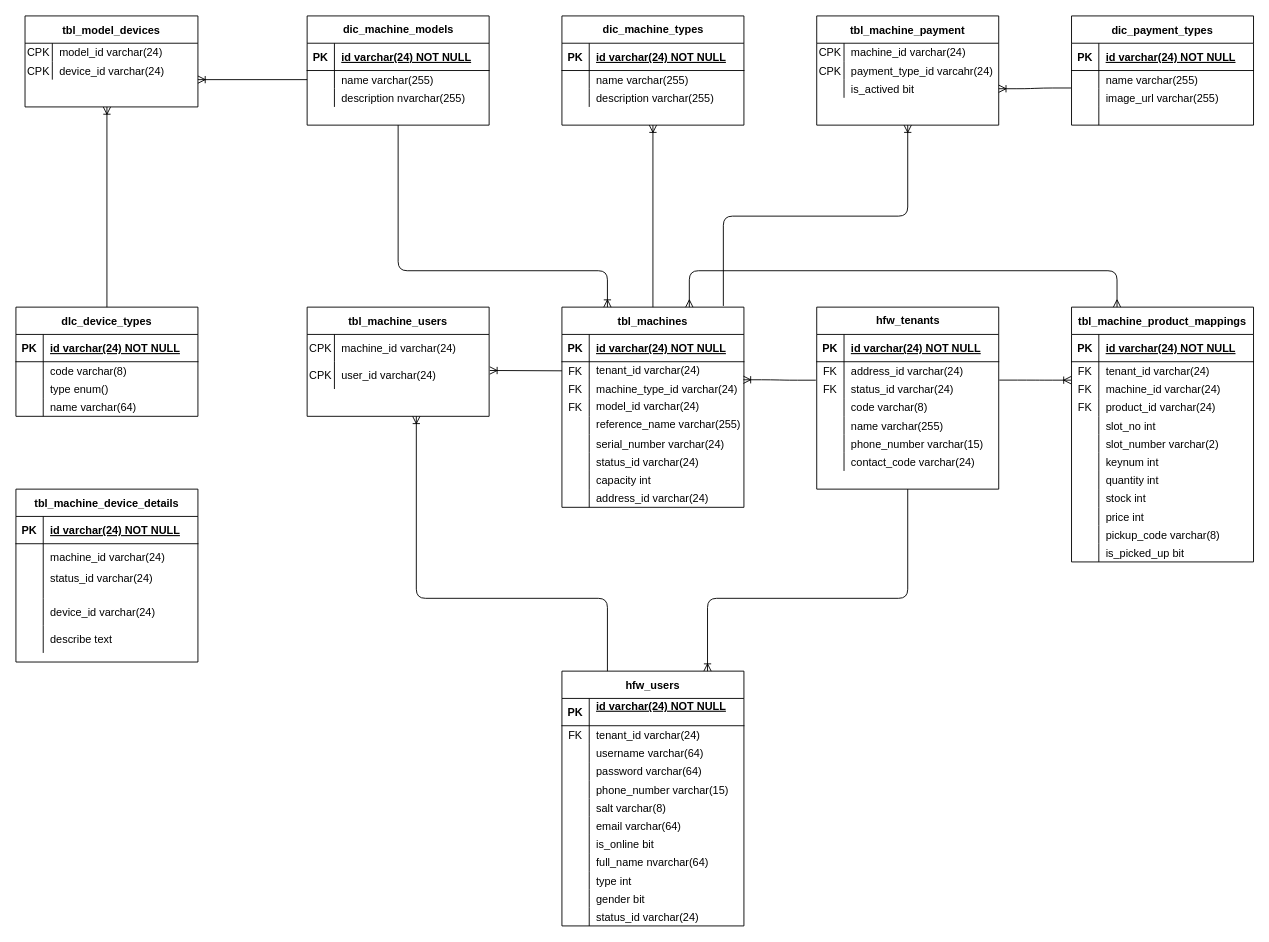
The draw.io diagram page "Machine" (3 of 6) of Untitled Diagram.drawio in wardus3105/alphatest, before the edit. Source tidied: cells renumbered, new cells numbered last; positions are measured from the earlier drawing's top-left corner, leaving out a move shared by most shapes. Both pictures are drawn from the tidied source at 91%, with x=0, y=0 at pixel (15, 15).
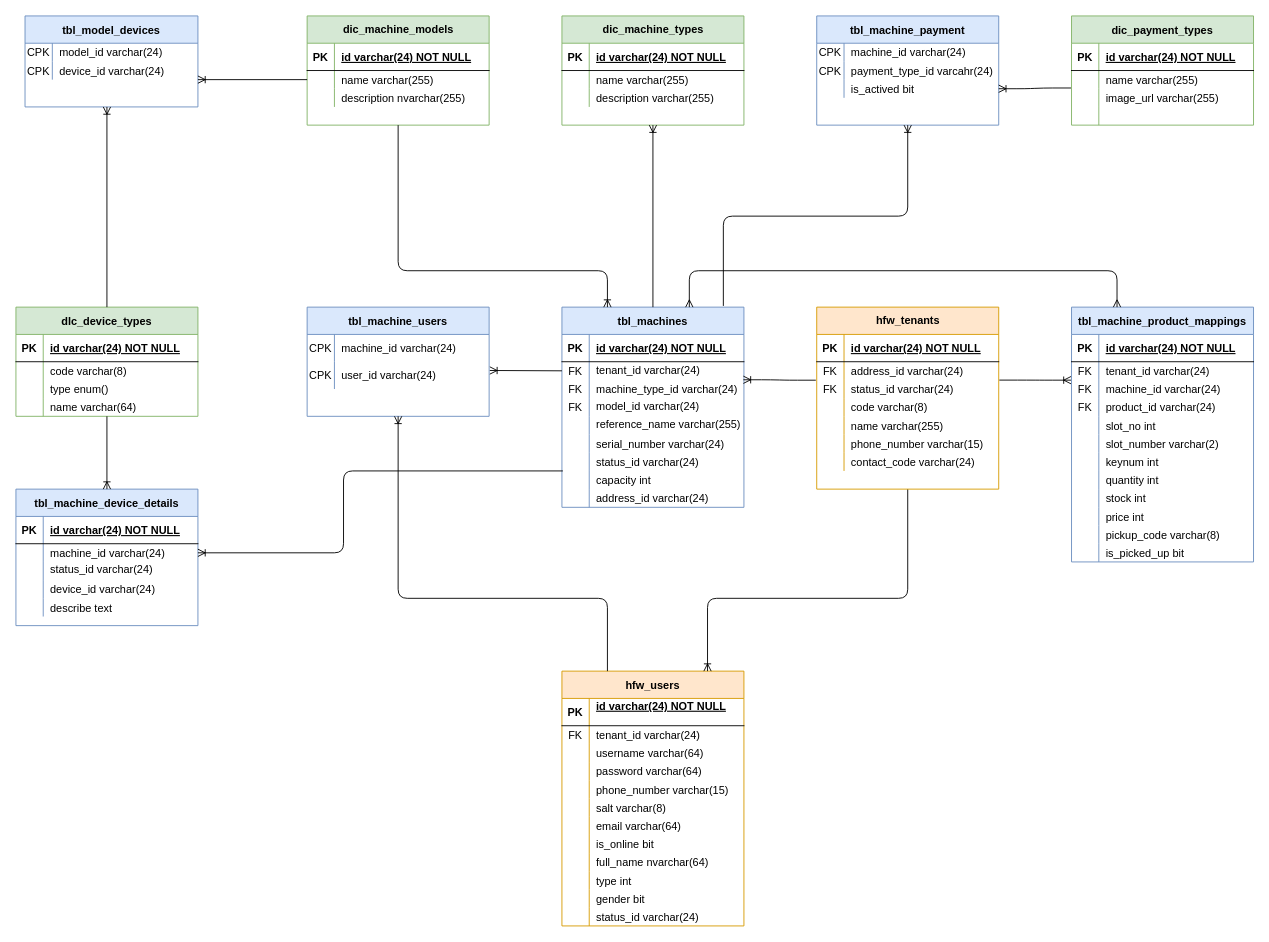
The same page after the edit.

The change refers to these unchanged cells:
```xml
<mxCell id="171" style="shape=partialRectangle;fillColor=none;top=0;left=0;bottom=0;right=0;points=[[0,0.5],[1,0.5]];portConstraint=eastwest;" parent="161" vertex="1">
  <mxGeometry y="100" width="200" height="20" as="geometry" />
</mxCell>
```

Change to the diagram source:
```diff
@@
-    <mxCell id="2" value="tbl_machines" style="shape=table;startSize=30;childLayout=tableLayout;rowLines=0;fontStyle=1;align=center;" parent="1" vertex="1">
+    <mxCell id="2" value="tbl_machines" style="shape=table;startSize=30;childLayout=tableLayout;rowLines=0;fontStyle=1;align=center;fillColor=#dae8fc;strokeColor=#6c8ebf;" parent="1" vertex="1">
       <mxGeometry x="600" y="320" width="200" height="220" as="geometry" />
     </mxCell>
@@
-    <mxCell id="30" value="dic_machine_models" style="shape=table;startSize=30;childLayout=tableLayout;rowLines=0;fontStyle=1;align=center;html=1;" parent="1" vertex="1">
+    <mxCell id="30" value="dic_machine_models" style="shape=table;startSize=30;childLayout=tableLayout;rowLines=0;fontStyle=1;align=center;html=1;fillColor=#d5e8d4;strokeColor=#82b366;" parent="1" vertex="1">
       <mxGeometry x="320" width="200" height="120" as="geometry" />
     </mxCell>
@@
-    <mxCell id="40" value="dic_machine_types" style="shape=table;startSize=30;childLayout=tableLayout;rowLines=0;fontStyle=1;align=center;html=1;" parent="1" vertex="1">
+    <mxCell id="40" value="dic_machine_types" style="shape=table;startSize=30;childLayout=tableLayout;rowLines=0;fontStyle=1;align=center;html=1;fillColor=#d5e8d4;strokeColor=#82b366;" parent="1" vertex="1">
       <mxGeometry x="600" width="200" height="120" as="geometry" />
     </mxCell>
@@
-    <mxCell id="53" value="tbl_machine_product_mappings" style="shape=table;startSize=30;childLayout=tableLayout;rowLines=0;fontStyle=1;align=center;fillColor=none;" parent="1" vertex="1">
+    <mxCell id="53" value="tbl_machine_product_mappings" style="shape=table;startSize=30;childLayout=tableLayout;rowLines=0;fontStyle=1;align=center;fillColor=#dae8fc;strokeColor=#6c8ebf;" parent="1" vertex="1">
       <mxGeometry x="1160" y="320" width="200" height="280" as="geometry" />
     </mxCell>
@@
-    <mxCell id="92" value="hfw_users" style="shape=table;startSize=30;childLayout=tableLayout;rowLines=0;fontStyle=1;align=center;fillColor=none;" parent="1" vertex="1">
+    <mxCell id="92" value="hfw_users" style="shape=table;startSize=30;childLayout=tableLayout;rowLines=0;fontStyle=1;align=center;fillColor=#ffe6cc;strokeColor=#d79b00;" parent="1" vertex="1">
       <mxGeometry x="600" y="720" width="200" height="280" as="geometry" />
     </mxCell>
@@
-    <mxCell id="130" value="tbl_machine_users" style="shape=table;startSize=30;childLayout=tableLayout;rowLines=0;fontStyle=1;align=center;" parent="1" vertex="1">
+    <mxCell id="130" value="tbl_machine_users" style="shape=table;startSize=30;childLayout=tableLayout;rowLines=0;fontStyle=1;align=center;fillColor=#dae8fc;strokeColor=#6c8ebf;" parent="1" vertex="1">
       <mxGeometry x="320" y="320" width="200" height="120" as="geometry" />
     </mxCell>
@@
-    <mxCell id="137" style="edgeStyle=orthogonalEdgeStyle;fontSize=12;html=1;endArrow=ERoneToMany;exitX=0.25;exitY=0;exitDx=0;exitDy=0;" parent="1" edge="1" source="92">
+    <mxCell id="137" style="edgeStyle=orthogonalEdgeStyle;fontSize=12;html=1;endArrow=ERoneToMany;exitX=0.25;exitY=0;exitDx=0;exitDy=0;entryX=0.5;entryY=1;entryDx=0;entryDy=0;" parent="1" edge="1" source="92" target="130">
       <mxGeometry relative="1" as="geometry">
-        <mxPoint x="440" y="440" as="targetPoint" />
         <Array as="points">
           <mxPoint x="650" y="640" />
-          <mxPoint x="440" y="640" />
+          <mxPoint x="420" y="640" />
         </Array>
       </mxGeometry>
     </mxCell>
@@
-    <mxCell id="139" value="hfw_tenants" style="shape=table;startSize=30;childLayout=tableLayout;rowLines=0;fontStyle=1;align=center;html=1;" parent="1" vertex="1">
+    <mxCell id="139" value="hfw_tenants" style="shape=table;startSize=30;childLayout=tableLayout;rowLines=0;fontStyle=1;align=center;html=1;fillColor=#ffe6cc;strokeColor=#d79b00;" parent="1" vertex="1">
       <mxGeometry x="880" y="320" width="200" height="200" as="geometry" />
     </mxCell>
@@
-    <mxCell id="161" value="dlc_device_types" style="shape=table;startSize=30;childLayout=tableLayout;rowLines=0;fontStyle=1;align=center;" parent="1" vertex="1">
+    <mxCell id="161" value="dlc_device_types" style="shape=table;startSize=30;childLayout=tableLayout;rowLines=0;fontStyle=1;align=center;fillColor=#d5e8d4;strokeColor=#82b366;" parent="1" vertex="1">
       <mxGeometry y="320" width="200" height="120" as="geometry" />
     </mxCell>
@@
-    <mxCell id="174" value="tbl_model_devices" style="shape=table;startSize=30;childLayout=tableLayout;rowLines=0;fontStyle=1;align=center;" parent="1" vertex="1">
+    <mxCell id="174" value="tbl_model_devices" style="shape=table;startSize=30;childLayout=tableLayout;rowLines=0;fontStyle=1;align=center;fillColor=#dae8fc;strokeColor=#6c8ebf;" parent="1" vertex="1">
       <mxGeometry x="10" width="190" height="100" as="geometry" />
     </mxCell>
@@
-    <mxCell id="181" value="dic_payment_types" style="shape=table;startSize=30;childLayout=tableLayout;rowLines=0;fontStyle=1;align=center;" parent="1" vertex="1">
+    <mxCell id="181" value="dic_payment_types" style="shape=table;startSize=30;childLayout=tableLayout;rowLines=0;fontStyle=1;align=center;fillColor=#d5e8d4;strokeColor=#82b366;" parent="1" vertex="1">
       <mxGeometry x="1160" width="200" height="120" as="geometry" />
     </mxCell>
@@
-    <mxCell id="196" value="tbl_machine_payment" style="shape=table;startSize=30;childLayout=tableLayout;rowLines=0;fontStyle=1;align=center;" parent="1" vertex="1">
+    <mxCell id="196" value="tbl_machine_payment" style="shape=table;startSize=30;childLayout=tableLayout;rowLines=0;fontStyle=1;align=center;fillColor=#dae8fc;strokeColor=#6c8ebf;" parent="1" vertex="1">
       <mxGeometry x="880" width="200" height="120" as="geometry" />
     </mxCell>
@@
-    <mxCell id="208" value="tbl_machine_device_details" style="shape=table;startSize=30;childLayout=tableLayout;rowLines=0;fontStyle=1;align=center;" parent="1" vertex="1">
-      <mxGeometry y="520" width="200" height="190" as="geometry" />
+    <mxCell id="208" value="tbl_machine_device_details" style="shape=table;startSize=30;childLayout=tableLayout;rowLines=0;fontStyle=1;align=center;fillColor=#dae8fc;strokeColor=#6c8ebf;" parent="1" vertex="1">
+      <mxGeometry y="520" width="200" height="150" as="geometry" />
     </mxCell>
@@
     <mxCell id="212" style="shape=partialRectangle;fillColor=none;top=0;left=0;bottom=0;right=0;points=[[0,0.5],[1,0.5]];portConstraint=eastwest;" parent="208" vertex="1">
-      <mxGeometry y="60" width="200" height="30" as="geometry" />
+      <mxGeometry y="60" width="200" height="20" as="geometry" />
     </mxCell>
     <mxCell id="213" style="shape=partialRectangle;fillColor=none;top=0;left=0;bottom=0;right=0;overflow=hidden;" parent="212" vertex="1">
-      <mxGeometry width="30" height="30" as="geometry" />
+      <mxGeometry width="30" height="20" as="geometry" />
     </mxCell>
     <mxCell id="214" value="machine_id varchar(24)" style="shape=partialRectangle;fillColor=none;top=0;left=0;bottom=0;right=0;align=left;spacingLeft=6;overflow=hidden;" parent="212" vertex="1">
-      <mxGeometry x="30" width="170" height="30" as="geometry" />
+      <mxGeometry x="30" width="170" height="20" as="geometry" />
     </mxCell>
     <mxCell id="215" style="shape=partialRectangle;fillColor=none;top=0;left=0;bottom=0;right=0;" parent="208" vertex="1">
-      <mxGeometry y="90" width="200" height="30" as="geometry" />
+      <mxGeometry y="80" width="200" height="20" as="geometry" />
     </mxCell>
     <mxCell id="216" style="shape=partialRectangle;fillColor=none;top=0;left=0;bottom=0;right=0;overflow=hidden;" parent="215" vertex="1">
-      <mxGeometry width="30" height="30" as="geometry" />
+      <mxGeometry width="30" height="20" as="geometry" />
     </mxCell>
     <mxCell id="217" value="status_id varchar(24)&#10;" style="shape=partialRectangle;fillColor=none;top=0;left=0;bottom=0;right=0;align=left;spacingLeft=6;overflow=hidden;" parent="215" vertex="1">
-      <mxGeometry x="30" width="170" height="30" as="geometry" />
+      <mxGeometry x="30" width="170" height="20" as="geometry" />
     </mxCell>
     <mxCell id="218" style="shape=partialRectangle;fillColor=none;top=0;left=0;bottom=0;right=0;" parent="208" vertex="1">
-      <mxGeometry y="120" width="200" height="30" as="geometry" />
+      <mxGeometry y="100" width="200" height="20" as="geometry" />
     </mxCell>
     <mxCell id="219" style="shape=partialRectangle;fillColor=none;top=0;left=0;bottom=0;right=0;overflow=hidden;" parent="218" vertex="1">
-      <mxGeometry width="30" height="30" as="geometry" />
+      <mxGeometry width="30" height="20" as="geometry" />
     </mxCell>
     <mxCell id="220" value="device_id varchar(24)" style="shape=partialRectangle;fillColor=none;top=0;left=0;bottom=0;right=0;align=left;spacingLeft=6;overflow=hidden;" parent="218" vertex="1">
-      <mxGeometry x="30" width="170" height="30" as="geometry" />
+      <mxGeometry x="30" width="170" height="20" as="geometry" />
     </mxCell>
     <mxCell id="221" style="shape=partialRectangle;fillColor=none;top=0;left=0;bottom=0;right=0;" parent="208" vertex="1">
-      <mxGeometry y="150" width="200" height="30" as="geometry" />
+      <mxGeometry y="120" width="200" height="20" as="geometry" />
     </mxCell>
     <mxCell id="222" style="shape=partialRectangle;fillColor=none;top=0;left=0;bottom=0;right=0;overflow=hidden;" parent="221" vertex="1">
-      <mxGeometry width="30" height="30" as="geometry" />
+      <mxGeometry width="30" height="20" as="geometry" />
     </mxCell>
     <mxCell id="223" value="describe text" style="shape=partialRectangle;fillColor=none;top=0;left=0;bottom=0;right=0;align=left;spacingLeft=6;overflow=hidden;" parent="221" vertex="1">
-      <mxGeometry x="30" width="170" height="30" as="geometry" />
+      <mxGeometry x="30" width="170" height="20" as="geometry" />
     </mxCell>
+    <mxCell id="224" style="fontSize=12;html=1;endArrow=ERoneToMany;" parent="1" edge="1" source="171" target="208">
+      <mxGeometry relative="1" as="geometry" />
+    </mxCell>
+    <mxCell id="225" style="fontSize=12;html=1;endArrow=ERoneToMany;entryX=1;entryY=0.5;entryDx=0;entryDy=0;edgeStyle=orthogonalEdgeStyle;" parent="1" edge="1" target="212">
+      <mxGeometry relative="1" as="geometry">
+        <mxPoint x="601" y="500" as="sourcePoint" />
+        <Array as="points">
+          <mxPoint x="360" y="500" />
+          <mxPoint x="360" y="590" />
+        </Array>
+      </mxGeometry>
+    </mxCell>
```
